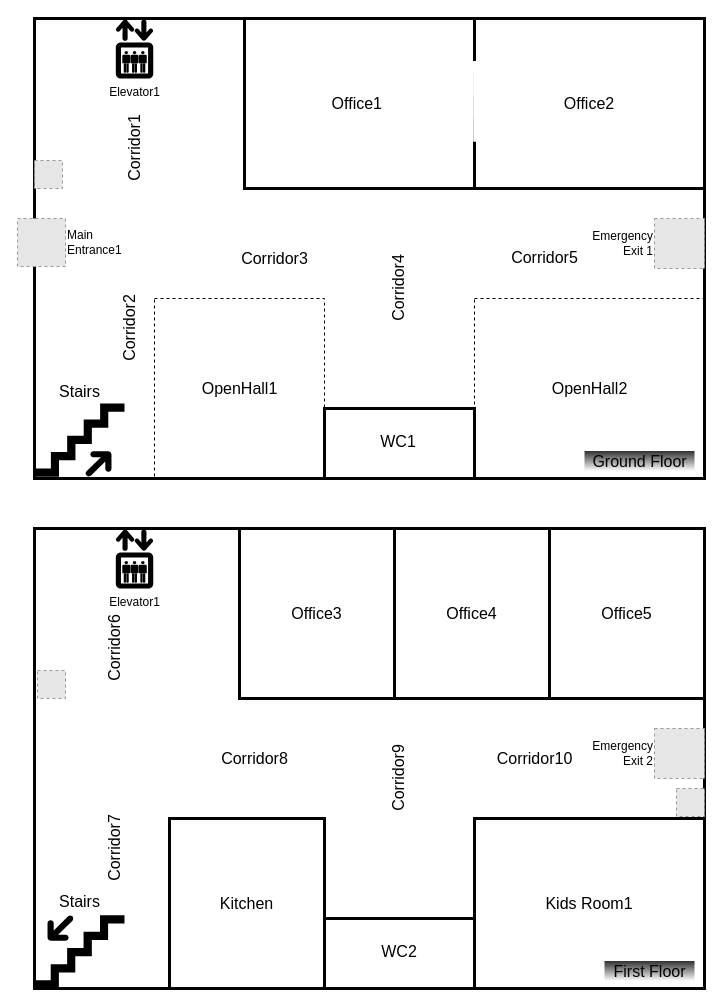
Earlier version of the draw.io diagram Examples/SmallOfficeSpace/resoursefiles/FloorPlanOfficeSpace.svg.drawio (qasimkhalid/SBEO). Source tidied: cells renumbered, new cells numbered last; positions are measured from the earlier drawing's top-left corner, leaving out a move shared by most shapes. Both pictures are drawn from the tidied source at 100%, with x=0, y=0 at pixel (17, 18). Pictures stored in the file or linked from it are replaced by grey dashed boxes.
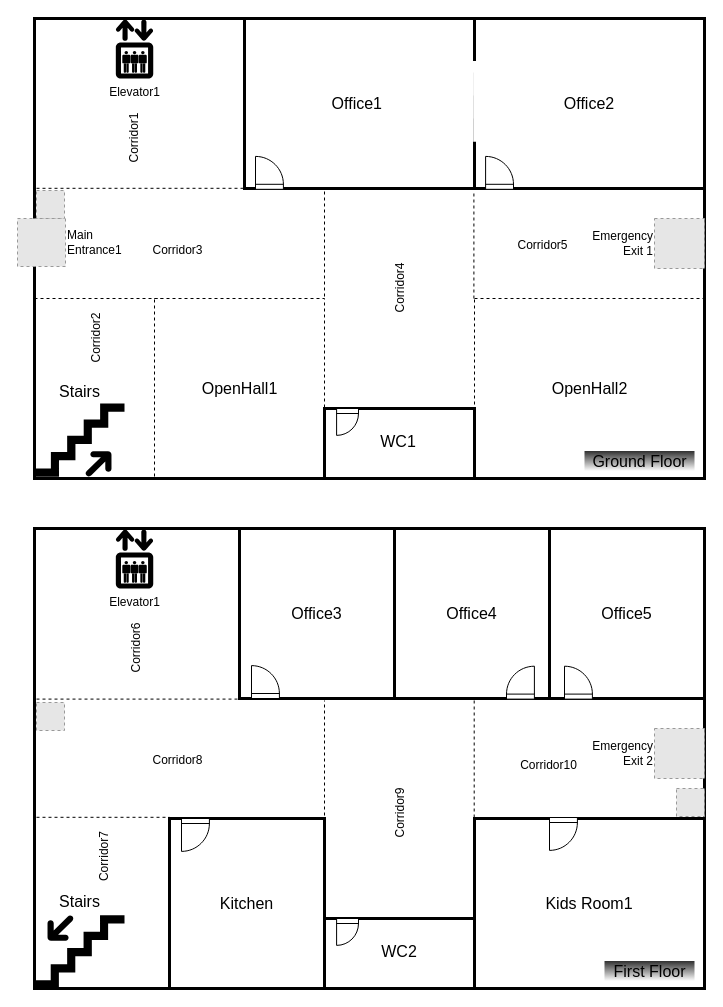
The same page after the edit.

The edit, as a diff of the source:
```diff
@@
-    <mxCell id="23" value="&lt;span style=&quot;font-size: 16px&quot;&gt;Corridor1&lt;/span&gt;" style="text;html=1;align=center;verticalAlign=middle;rotation=-90;" parent="1" vertex="1">
-      <mxGeometry x="77" y="120" width="80" height="20" as="geometry" />
+    <mxCell id="23" value="&lt;font style=&quot;font-size: 12px&quot;&gt;Corridor1&lt;/font&gt;" style="text;html=1;align=center;verticalAlign=middle;rotation=-90;" parent="1" vertex="1">
+      <mxGeometry x="82" y="110" width="70" height="20" as="geometry" />
     </mxCell>
-    <mxCell id="24" value="Corridor2" style="text;html=1;align=center;verticalAlign=middle;fontSize=16;rotation=-90;" parent="1" vertex="1">
-      <mxGeometry x="72" y="300" width="80" height="20" as="geometry" />
+    <mxCell id="24" value="&lt;font style=&quot;font-size: 12px&quot;&gt;Corridor2&lt;/font&gt;" style="text;html=1;align=center;verticalAlign=middle;fontSize=16;rotation=-90;" parent="1" vertex="1">
+      <mxGeometry x="42" y="305" width="70" height="30" as="geometry" />
     </mxCell>
-    <mxCell id="25" value="Corridor6" style="text;html=1;align=center;verticalAlign=middle;fontSize=16;rotation=-90;" parent="1" vertex="1">
-      <mxGeometry x="57" y="620" width="80" height="20" as="geometry" />
+    <mxCell id="25" value="&lt;font style=&quot;font-size: 12px&quot;&gt;Corridor6&lt;/font&gt;" style="text;html=1;align=center;verticalAlign=middle;fontSize=16;rotation=-90;" parent="1" vertex="1">
+      <mxGeometry x="82" y="615" width="70" height="30" as="geometry" />
     </mxCell>
@@
-    <mxCell id="27" value="Corridor7" style="text;html=1;align=center;verticalAlign=middle;fontSize=16;rotation=-90;" parent="1" vertex="1">
-      <mxGeometry x="57" y="820" width="80" height="20" as="geometry" />
+    <mxCell id="27" value="&lt;font style=&quot;font-size: 12px&quot;&gt;Corridor7&lt;/font&gt;" style="text;html=1;align=center;verticalAlign=middle;fontSize=16;rotation=-90;" parent="1" vertex="1">
+      <mxGeometry x="50" y="823.6" width="70" height="30" as="geometry" />
     </mxCell>
-    <mxCell id="28" value="Corridor8" style="text;html=1;align=center;verticalAlign=middle;fontSize=16;rotation=0;" parent="1" vertex="1">
-      <mxGeometry x="197" y="730" width="80" height="20" as="geometry" />
+    <mxCell id="28" value="&lt;font style=&quot;font-size: 12px&quot;&gt;Corridor8&lt;/font&gt;" style="text;html=1;align=center;verticalAlign=middle;fontSize=16;rotation=0;" parent="1" vertex="1">
+      <mxGeometry x="125" y="725" width="70" height="30" as="geometry" />
     </mxCell>
-    <mxCell id="29" value="Corridor9" style="text;html=1;align=center;verticalAlign=middle;fontSize=16;rotation=-90;" parent="1" vertex="1">
-      <mxGeometry x="341" y="750" width="80" height="20" as="geometry" />
+    <mxCell id="29" value="&lt;font style=&quot;font-size: 12px&quot;&gt;Corridor9&lt;/font&gt;" style="text;html=1;align=center;verticalAlign=middle;fontSize=16;rotation=-90;" parent="1" vertex="1">
+      <mxGeometry x="346" y="780" width="70" height="30" as="geometry" />
     </mxCell>
-    <mxCell id="30" value="Corridor10" style="text;html=1;align=center;verticalAlign=middle;fontSize=16;rotation=0;" parent="1" vertex="1">
-      <mxGeometry x="472" y="730" width="90" height="20" as="geometry" />
+    <mxCell id="30" value="&lt;font style=&quot;font-size: 12px&quot;&gt;Corridor10&lt;/font&gt;" style="text;html=1;align=center;verticalAlign=middle;fontSize=16;rotation=0;" parent="1" vertex="1">
+      <mxGeometry x="496" y="730" width="70" height="30" as="geometry" />
     </mxCell>
@@
-    <mxCell id="32" value="Corridor3" style="text;html=1;align=center;verticalAlign=middle;fontSize=16;rotation=0;" parent="1" vertex="1">
-      <mxGeometry x="217" y="230" width="80" height="20" as="geometry" />
+    <mxCell id="32" value="&lt;font style=&quot;font-size: 12px&quot;&gt;Corridor3&lt;/font&gt;" style="text;html=1;align=center;verticalAlign=middle;fontSize=16;rotation=0;" parent="1" vertex="1">
+      <mxGeometry x="125" y="215" width="70" height="30" as="geometry" />
     </mxCell>
-    <mxCell id="33" value="Corridor4" style="text;html=1;align=center;verticalAlign=middle;fontSize=16;rotation=-90;" parent="1" vertex="1">
-      <mxGeometry x="341" y="260" width="80" height="20" as="geometry" />
+    <mxCell id="33" value="&lt;font style=&quot;font-size: 12px&quot;&gt;Corridor4&lt;/font&gt;" style="text;html=1;align=center;verticalAlign=middle;fontSize=16;rotation=-90;" parent="1" vertex="1">
+      <mxGeometry x="346" y="255" width="70" height="30" as="geometry" />
     </mxCell>
-    <mxCell id="34" value="Corridor5" style="text;html=1;align=center;verticalAlign=middle;fontSize=16;rotation=0;" parent="1" vertex="1">
-      <mxGeometry x="487" y="229" width="80" height="20" as="geometry" />
+    <mxCell id="34" value="&lt;font style=&quot;font-size: 12px&quot;&gt;Corridor5&lt;/font&gt;" style="text;html=1;align=center;verticalAlign=middle;fontSize=16;rotation=0;" parent="1" vertex="1">
+      <mxGeometry x="489.9" y="210" width="70" height="30" as="geometry" />
     </mxCell>
@@
     <mxCell id="39" style="fillColor=#E6E6E6;strokeColor=#999999;dashed=1;html=1;verticalAlign=top;verticalLabelPosition=bottom;labelBackgroundColor=#ffffff;" parent="1" vertex="1">
-      <mxGeometry x="17" y="142" width="28" height="28" as="geometry" />
+      <mxGeometry x="19" y="172" width="28" height="28" as="geometry" />
     </mxCell>
     <mxCell id="40" style="fillColor=#E6E6E6;strokeColor=#999999;dashed=1;html=1;verticalAlign=top;verticalLabelPosition=bottom;labelBackgroundColor=#ffffff;" parent="1" vertex="1">
-      <mxGeometry x="20" y="652" width="28" height="28" as="geometry" />
+      <mxGeometry x="19" y="684" width="28" height="28" as="geometry" />
     </mxCell>
@@
+    <mxCell id="42" style="verticalLabelPosition=bottom;html=1;verticalAlign=top;align=center;shape=mxgraph.floorplan.doorLeft;rotation=-180;flipH=1;" parent="1" vertex="1">
+      <mxGeometry x="238" y="141.2" width="27.9" height="29.6" as="geometry" />
+    </mxCell>
+    <mxCell id="43" style="verticalLabelPosition=bottom;html=1;verticalAlign=top;align=center;shape=mxgraph.floorplan.doorLeft;rotation=-180;flipH=1;" parent="1" vertex="1">
+      <mxGeometry x="468.1" y="141.2" width="27.9" height="29.6" as="geometry" />
+    </mxCell>
+    <mxCell id="44" style="verticalLabelPosition=bottom;html=1;verticalAlign=top;align=center;shape=mxgraph.floorplan.doorLeft;rotation=-180;flipH=1;" parent="1" vertex="1">
+      <mxGeometry x="234" y="650.4" width="27.9" height="29.6" as="geometry" />
+    </mxCell>
+    <mxCell id="45" style="verticalLabelPosition=bottom;html=1;verticalAlign=top;align=center;shape=mxgraph.floorplan.doorLeft;rotation=-180;flipH=0;" parent="1" vertex="1">
+      <mxGeometry x="489" y="651" width="27.9" height="29.6" as="geometry" />
+    </mxCell>
+    <mxCell id="46" style="verticalLabelPosition=bottom;html=1;verticalAlign=top;align=center;shape=mxgraph.floorplan.doorLeft;rotation=-180;flipH=1;" parent="1" vertex="1">
+      <mxGeometry x="547" y="651" width="27.9" height="29.6" as="geometry" />
+    </mxCell>
+    <mxCell id="47" style="verticalLabelPosition=bottom;html=1;verticalAlign=top;align=center;shape=mxgraph.floorplan.doorLeft;rotation=-180;flipH=1;flipV=1;" parent="1" vertex="1">
+      <mxGeometry x="532" y="799" width="27.9" height="29.6" as="geometry" />
+    </mxCell>
+    <mxCell id="48" style="verticalLabelPosition=bottom;html=1;verticalAlign=top;align=center;shape=mxgraph.floorplan.doorLeft;rotation=-180;flipH=1;flipV=1;" parent="1" vertex="1">
+      <mxGeometry x="164" y="800" width="27.9" height="29.6" as="geometry" />
+    </mxCell>
+    <mxCell id="49" style="verticalLabelPosition=bottom;html=1;verticalAlign=top;align=center;shape=mxgraph.floorplan.doorLeft;rotation=-180;flipH=1;flipV=1;" parent="1" vertex="1">
+      <mxGeometry x="319.1" y="900" width="21.9" height="23.2" as="geometry" />
+    </mxCell>
+    <mxCell id="50" style="verticalLabelPosition=bottom;html=1;verticalAlign=top;align=center;shape=mxgraph.floorplan.doorLeft;rotation=-180;flipH=1;flipV=1;" parent="1" vertex="1">
+      <mxGeometry x="319.1" y="390" width="21.9" height="23.2" as="geometry" />
+    </mxCell>
+    <mxCell id="51" style="endArrow=none;dashed=1;html=1;" parent="1" edge="1">
+      <mxGeometry relative="1" as="geometry">
+        <mxPoint x="307" y="278" as="sourcePoint" />
+        <mxPoint x="307" y="170" as="targetPoint" />
+      </mxGeometry>
+    </mxCell>
+    <mxCell id="52" style="endArrow=none;dashed=1;html=1;" parent="1" edge="1">
+      <mxGeometry relative="1" as="geometry">
+        <mxPoint x="456.4" y="280" as="sourcePoint" />
+        <mxPoint x="456.4" y="172" as="targetPoint" />
+      </mxGeometry>
+    </mxCell>
+    <mxCell id="53" style="endArrow=none;dashed=1;html=1;" parent="1" edge="1">
+      <mxGeometry relative="1" as="geometry">
+        <mxPoint x="307" y="797" as="sourcePoint" />
+        <mxPoint x="307" y="682" as="targetPoint" />
+      </mxGeometry>
+    </mxCell>
+    <mxCell id="54" style="endArrow=none;dashed=1;html=1;" parent="1" edge="1">
+      <mxGeometry relative="1" as="geometry">
+        <mxPoint x="456.7" y="799" as="sourcePoint" />
+        <mxPoint x="456.7" y="681" as="targetPoint" />
+      </mxGeometry>
+    </mxCell>
+    <mxCell id="55" style="endArrow=none;dashed=1;html=1;" parent="1" edge="1">
+      <mxGeometry relative="1" as="geometry">
+        <mxPoint x="19" y="798.8" as="sourcePoint" />
+        <mxPoint x="152" y="798.8" as="targetPoint" />
+      </mxGeometry>
+    </mxCell>
+    <mxCell id="56" style="endArrow=none;dashed=1;html=1;" parent="1" edge="1">
+      <mxGeometry relative="1" as="geometry">
+        <mxPoint x="19" y="680.6" as="sourcePoint" />
+        <mxPoint x="222" y="680.6" as="targetPoint" />
+      </mxGeometry>
+    </mxCell>
+    <mxCell id="57" style="endArrow=none;dashed=1;html=1;" parent="1" edge="1">
+      <mxGeometry relative="1" as="geometry">
+        <mxPoint x="19" y="169.8" as="sourcePoint" />
+        <mxPoint x="227" y="169.8" as="targetPoint" />
+      </mxGeometry>
+    </mxCell>
+    <mxCell id="58" style="endArrow=none;dashed=1;html=1;" parent="1" edge="1">
+      <mxGeometry relative="1" as="geometry">
+        <mxPoint x="17" y="280" as="sourcePoint" />
+        <mxPoint x="143.5" y="280" as="targetPoint" />
+      </mxGeometry>
+    </mxCell>
```
